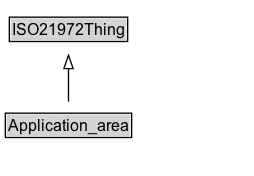
Earlier version of the Graphviz export docs/diagrams/Application_area.dot.png (ISO-TC204/ontology-i72-v1). Its source is kept beside it as docs/diagrams/Application_area.dot. Its diagram source:
```dot
digraph {
	graph [overlap=false rankdir=TB splines=true]
	node [fontname=Arial fontsize=12 margin=0 shape=none]
	edge [fontname=Arial fontsize=11]
	{
		rank=max
		Application_area [label=<<TABLE BORDER="1" CELLBORDER="0" CELLSPACING="0" CELLPADDING="1"><TR><TD BGCOLOR="lightgray" ALIGN="CENTER" PORT="e">Application_area</TD></TR></TABLE>> URL="../Application_area.md" margin=0]
	}
	subgraph cluster_associated {
		label="" style=invis
		Invis [label=<<TABLE BORDER="0" CELLBORDER="0" CELLSPACING="0" CELLPADDING="1"><TR><TD></TD></TR></TABLE>> margin=0 style=invis]
	}
	ISO21972Thing [label=<<TABLE BORDER="1" CELLBORDER="0" CELLSPACING="0" CELLPADDING="1"><TR><TD BGCOLOR="lightgray" ALIGN="CENTER">ISO21972Thing</TD></TR></TABLE>> URL="../ISO21972Thing.md" margin=0]
	Application_area -> ISO21972Thing [arrowhead=onormal style=solid]
}
```
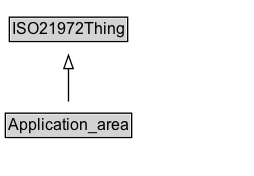
After the commit.

Change to the diagram source:
```diff
@@ -3,13 +3,16 @@
 	node [fontname=Arial fontsize=12 margin=0 shape=none]
 	edge [fontname=Arial fontsize=11]
 	{
+		rank=source
+		ISO21972Thing [label=<<TABLE BORDER="1" CELLBORDER="0" CELLSPACING="0" CELLPADDING="1"><TR><TD BGCOLOR="lightgray" ALIGN="CENTER">ISO21972Thing</TD></TR></TABLE>> URL="../ISO21972Thing" margin=0]
+	}
+	Application_area [label=<<TABLE BORDER="1" CELLBORDER="0" CELLSPACING="0" CELLPADDING="1"><TR><TD BGCOLOR="lightgray" ALIGN="CENTER">Application_area</TD></TR></TABLE>> URL="../Application_area" margin=0]
+	{
 		rank=max
-		Application_area [label=<<TABLE BORDER="1" CELLBORDER="0" CELLSPACING="0" CELLPADDING="1"><TR><TD BGCOLOR="lightgray" ALIGN="CENTER" PORT="e">Application_area</TD></TR></TABLE>> URL="../Application_area.md" margin=0]
 	}
 	subgraph cluster_associated {
 		label="" style=invis
 		Invis [label=<<TABLE BORDER="0" CELLBORDER="0" CELLSPACING="0" CELLPADDING="1"><TR><TD></TD></TR></TABLE>> margin=0 style=invis]
 	}
-	ISO21972Thing [label=<<TABLE BORDER="1" CELLBORDER="0" CELLSPACING="0" CELLPADDING="1"><TR><TD BGCOLOR="lightgray" ALIGN="CENTER">ISO21972Thing</TD></TR></TABLE>> URL="../ISO21972Thing.md" margin=0]
 	Application_area -> ISO21972Thing [arrowhead=onormal style=solid]
 }
```
